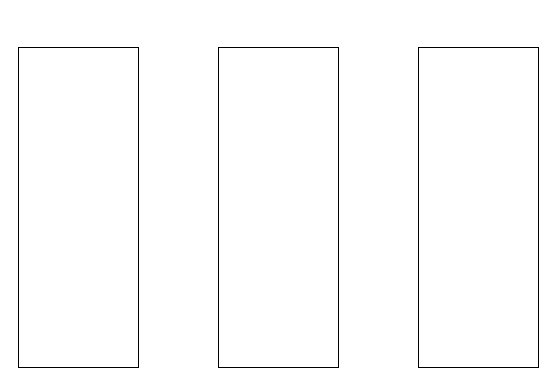
The draw.io diagram 实施步骤图.drawio in Taylor-Hu/python_code, before the edit. Source tidied: cells renumbered, new cells numbered last; positions are measured from the earlier drawing's top-left corner, leaving out a move shared by most shapes. Both pictures are drawn from the tidied source at 100%, with x=0, y=0 at pixel (18, 47).
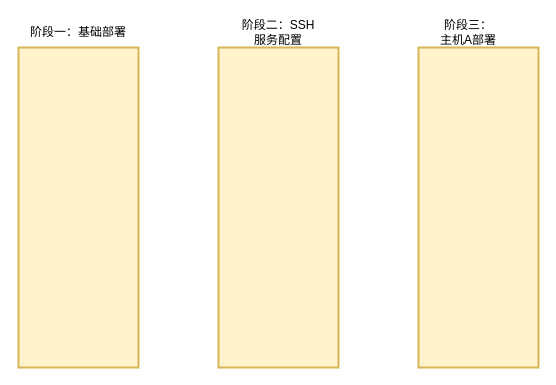
Above is the later version.

Commit message (it also covers changes not shown here):
更新实施步骤图.drawio

The edit, as a diff of the source:
```diff
@@
 <mxGraphModel>
   <root>
     <mxCell id="0" />
     <mxCell id="1" parent="0" />
-    <mxCell id="2" style="rounded=0;whiteSpace=wrap;html=1;" parent="1" vertex="1">
+    <mxCell id="2" style="rounded=0;whiteSpace=wrap;html=1;fillColor=#fff2cc;strokeColor=#d6b656;gradientColor=none;strokeWidth=2;" parent="1" vertex="1">
       <mxGeometry width="120" height="320" as="geometry" />
     </mxCell>
-    <mxCell id="3" style="rounded=0;whiteSpace=wrap;html=1;" parent="1" vertex="1">
+    <mxCell id="3" style="rounded=0;whiteSpace=wrap;html=1;fillColor=#fff2cc;strokeColor=#d6b656;strokeWidth=2;" parent="1" vertex="1">
       <mxGeometry x="200" width="120" height="320" as="geometry" />
     </mxCell>
-    <mxCell id="4" style="rounded=0;whiteSpace=wrap;html=1;" parent="1" vertex="1">
+    <mxCell id="4" style="rounded=0;whiteSpace=wrap;html=1;fillColor=#fff2cc;strokeColor=#d6b656;strokeWidth=2;" parent="1" vertex="1">
       <mxGeometry x="400" width="120" height="320" as="geometry" />
     </mxCell>
+    <mxCell id="5" value="阶段一：基础部署" style="text;html=1;whiteSpace=wrap;strokeColor=none;fillColor=none;align=center;verticalAlign=middle;rounded=0;" parent="1" vertex="1">
+      <mxGeometry x="10" y="-30" width="100" height="30" as="geometry" />
+    </mxCell>
+    <mxCell id="6" value="阶段二：SSH服务配置" style="text;html=1;whiteSpace=wrap;strokeColor=none;fillColor=none;align=center;verticalAlign=middle;rounded=0;" parent="1" vertex="1">
+      <mxGeometry x="220" y="-30" width="80" height="30" as="geometry" />
+    </mxCell>
+    <mxCell id="7" value="阶段三：主机A部署" style="text;html=1;whiteSpace=wrap;strokeColor=none;fillColor=none;align=center;verticalAlign=middle;rounded=0;" parent="1" vertex="1">
+      <mxGeometry x="420" y="-30" width="60" height="30" as="geometry" />
+    </mxCell>
   </root>
 </mxGraphModel>
```
